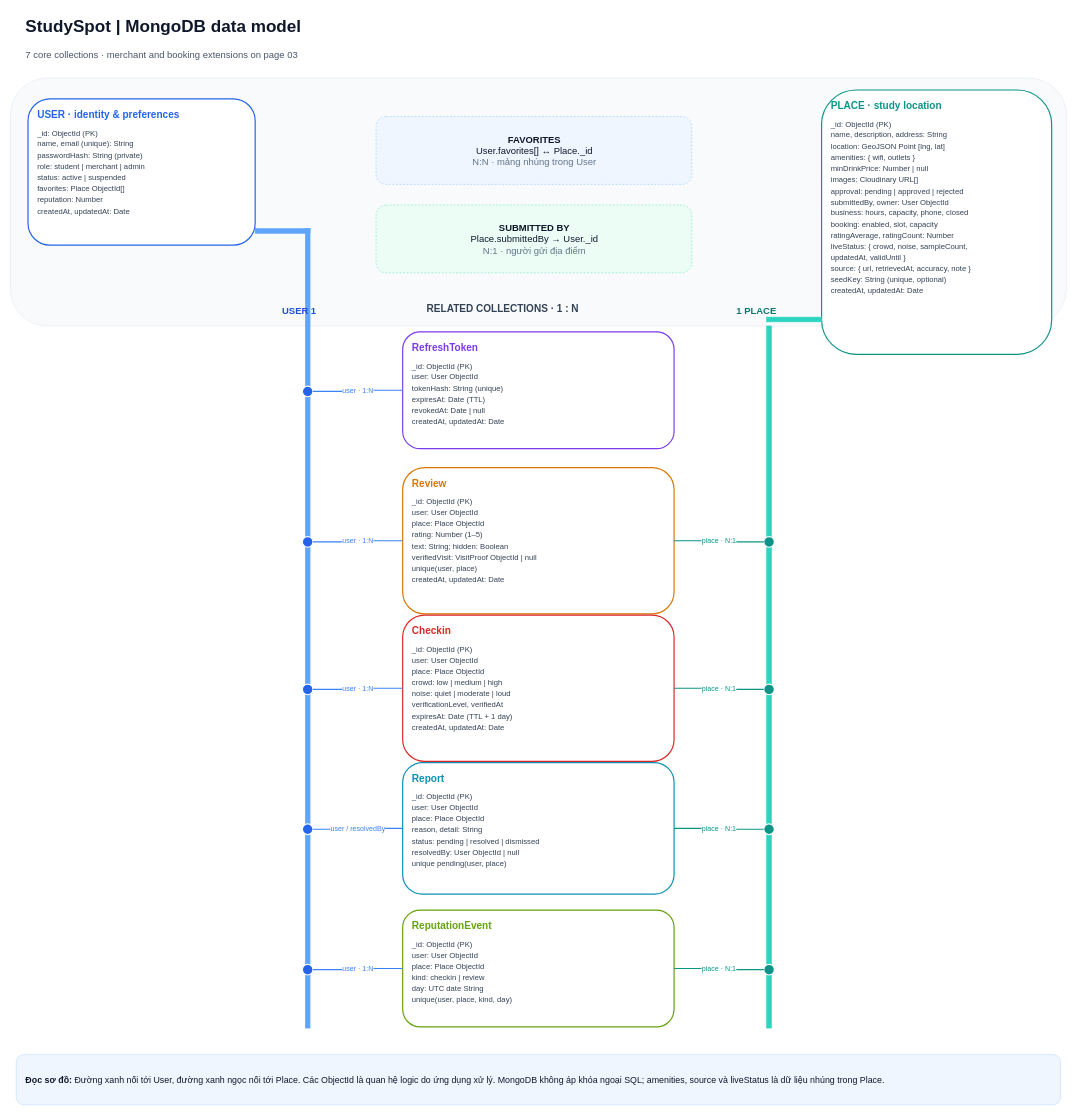
Earlier version of the draw.io diagram page "01 - ERD MongoDB" (1 of 4) of backend/docs/StudySpot-ERD-System-Architecture.drawio (L1nkinPark/SDN-MMA). Source tidied: cells renumbered, new cells numbered last; positions are measured from the earlier drawing's top-left corner, leaving out a move shared by most shapes. Both pictures are drawn from the tidied source at 59%, with x=0, y=0 at pixel (10, 10).
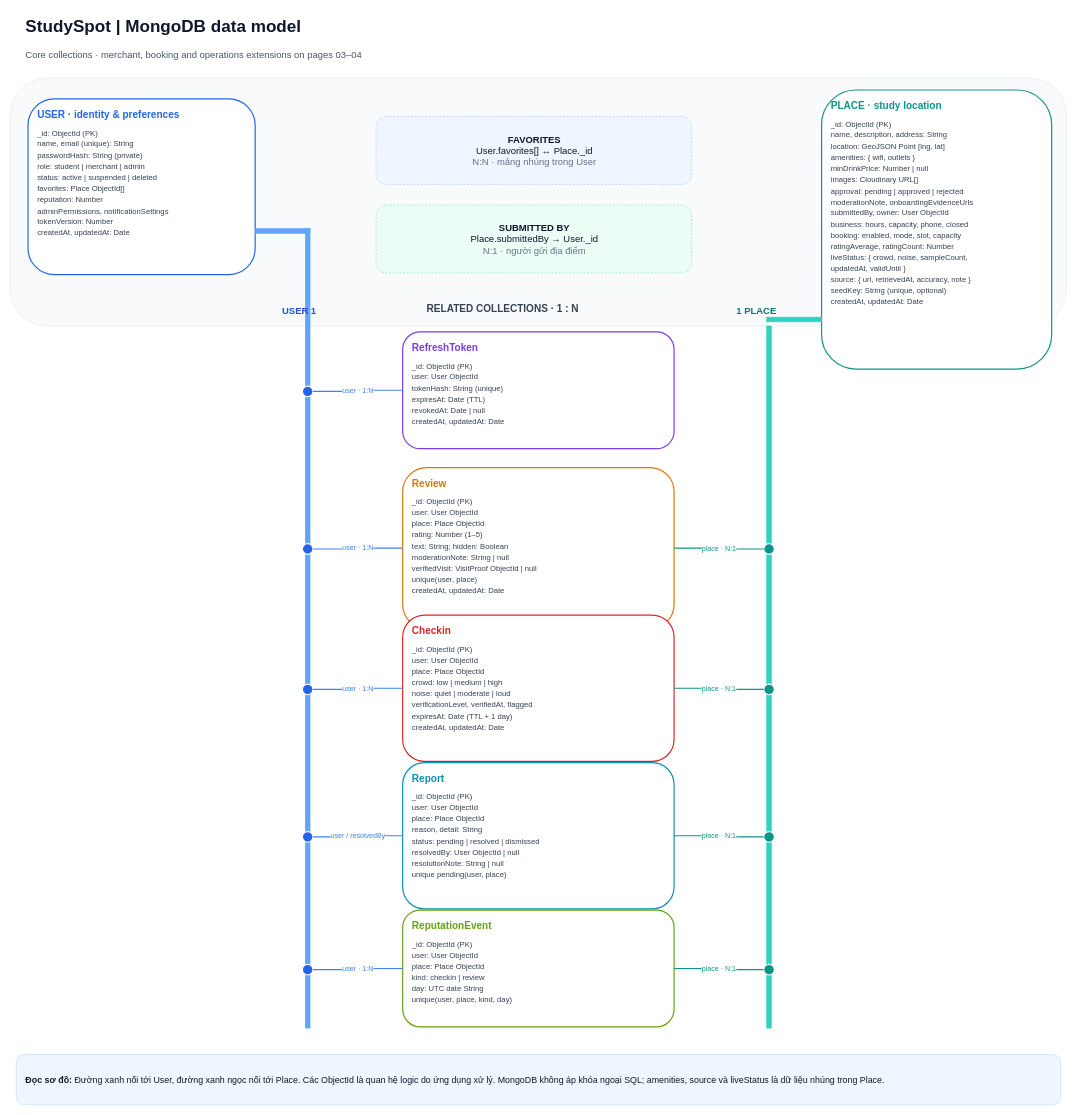
The same diagram, later.

Diff of the diagram source:
```diff
@@
-    <mxCell id="3" value="7 core collections · merchant and booking extensions on page 03" style="rounded=0;whiteSpace=wrap;html=1;fillColor=none;strokeColor=none;fontColor=#475569;fontSize=16;align=left;verticalAlign=middle;spacingLeft=14;spacingRight=12;spacingTop=9;spacingBottom=8;shadow=0;dashed=0;fontStyle=0;" parent="1" vertex="1">
+    <mxCell id="3" value="Core collections · merchant, booking and operations extensions on pages 03–04" style="rounded=0;whiteSpace=wrap;html=1;fillColor=none;strokeColor=none;fontColor=#475569;fontSize=16;align=left;verticalAlign=middle;spacingLeft=14;spacingRight=12;spacingTop=9;spacingBottom=8;shadow=0;dashed=0;fontStyle=0;" parent="1" vertex="1">
       <mxGeometry x="10" y="57" width="1450" height="35" as="geometry" />
     </mxCell>
@@
-    <mxCell id="5" value="&lt;div style='font-family:Arial,sans-serif;line-height:1.45'&gt;&lt;div style='font-size:17px;font-weight:bold;color:#2563EB;margin-bottom:9px'&gt;USER  ·  identity &amp;amp; preferences&lt;/div&gt;&lt;div style='font-size:13px;color:#334155'&gt;_id: ObjectId (PK)&lt;br/&gt;name, email (unique): String&lt;br/&gt;passwordHash: String (private)&lt;br/&gt;role: student | merchant | admin&lt;br/&gt;status: active | suspended&lt;br/&gt;favorites: Place ObjectId[]&lt;br/&gt;reputation: Number&lt;br/&gt;createdAt, updatedAt: Date&lt;/div&gt;&lt;/div&gt;" style="rounded=1;whiteSpace=wrap;html=1;fillColor=#FFFFFF;strokeColor=#2563EB;fontColor=#0F172A;fontSize=13;align=left;verticalAlign=middle;spacingLeft=14;spacingRight=12;spacingTop=9;spacingBottom=8;shadow=0;dashed=0;verticalAlign=top;strokeWidth=2;" parent="1" vertex="1">
-      <mxGeometry x="30" y="150" width="385" height="248" as="geometry" />
+    <mxCell id="5" value="&lt;div style='font-family:Arial,sans-serif;line-height:1.45'&gt;&lt;div style='font-size:17px;font-weight:bold;color:#2563EB;margin-bottom:9px'&gt;USER  ·  identity &amp;amp; preferences&lt;/div&gt;&lt;div style='font-size:13px;color:#334155'&gt;_id: ObjectId (PK)&lt;br/&gt;name, email (unique): String&lt;br/&gt;passwordHash: String (private)&lt;br/&gt;role: student | merchant | admin&lt;br/&gt;status: active | suspended | deleted&lt;br/&gt;favorites: Place ObjectId[]&lt;br/&gt;reputation: Number&lt;br/&gt;adminPermissions, notificationSettings&lt;br/&gt;tokenVersion: Number&lt;br/&gt;createdAt, updatedAt: Date&lt;/div&gt;&lt;/div&gt;" style="rounded=1;whiteSpace=wrap;html=1;fillColor=#FFFFFF;strokeColor=#2563EB;fontColor=#0F172A;fontSize=13;align=left;verticalAlign=middle;spacingLeft=14;spacingRight=12;spacingTop=9;spacingBottom=8;shadow=0;dashed=0;verticalAlign=top;strokeWidth=2;" parent="1" vertex="1">
+      <mxGeometry x="30" y="150" width="385" height="298" as="geometry" />
     </mxCell>
-    <mxCell id="6" value="&lt;div style='font-family:Arial,sans-serif;line-height:1.45'&gt;&lt;div style='font-size:17px;font-weight:bold;color:#0D9488;margin-bottom:9px'&gt;PLACE  ·  study location&lt;/div&gt;&lt;div style='font-size:13px;color:#334155'&gt;_id: ObjectId (PK)&lt;br/&gt;name, description, address: String&lt;br/&gt;location: GeoJSON Point [lng, lat]&lt;br/&gt;amenities: { wifi, outlets }&lt;br/&gt;minDrinkPrice: Number | null&lt;br/&gt;images: Cloudinary URL[]&lt;br/&gt;approval: pending | approved | rejected&lt;br/&gt;submittedBy, owner: User ObjectId&lt;br/&gt;business: hours, capacity, phone, closed&lt;br/&gt;booking: enabled, slot, capacity&lt;br/&gt;ratingAverage, ratingCount: Number&lt;br/&gt;liveStatus: { crowd, noise, sampleCount,&lt;br/&gt;  updatedAt, validUntil }&lt;br/&gt;source: { url, retrievedAt, accuracy, note }&lt;br/&gt;seedKey: String (unique, optional)&lt;br/&gt;createdAt, updatedAt: Date&lt;/div&gt;&lt;/div&gt;" style="rounded=1;whiteSpace=wrap;html=1;fillColor=#FFFFFF;strokeColor=#0D9488;fontColor=#0F172A;fontSize=13;align=left;verticalAlign=middle;spacingLeft=14;spacingRight=12;spacingTop=9;spacingBottom=8;shadow=0;dashed=0;verticalAlign=top;strokeWidth=2;" parent="1" vertex="1">
-      <mxGeometry x="1375" y="135" width="390" height="448" as="geometry" />
+    <mxCell id="6" value="&lt;div style='font-family:Arial,sans-serif;line-height:1.45'&gt;&lt;div style='font-size:17px;font-weight:bold;color:#0D9488;margin-bottom:9px'&gt;PLACE  ·  study location&lt;/div&gt;&lt;div style='font-size:13px;color:#334155'&gt;_id: ObjectId (PK)&lt;br/&gt;name, description, address: String&lt;br/&gt;location: GeoJSON Point [lng, lat]&lt;br/&gt;amenities: { wifi, outlets }&lt;br/&gt;minDrinkPrice: Number | null&lt;br/&gt;images: Cloudinary URL[]&lt;br/&gt;approval: pending | approved | rejected&lt;br/&gt;moderationNote, onboardingEvidenceUrls&lt;br/&gt;submittedBy, owner: User ObjectId&lt;br/&gt;business: hours, capacity, phone, closed&lt;br/&gt;booking: enabled, mode, slot, capacity&lt;br/&gt;ratingAverage, ratingCount: Number&lt;br/&gt;liveStatus: { crowd, noise, sampleCount,&lt;br/&gt;  updatedAt, validUntil }&lt;br/&gt;source: { url, retrievedAt, accuracy, note }&lt;br/&gt;seedKey: String (unique, optional)&lt;br/&gt;createdAt, updatedAt: Date&lt;/div&gt;&lt;/div&gt;" style="rounded=1;whiteSpace=wrap;html=1;fillColor=#FFFFFF;strokeColor=#0D9488;fontColor=#0F172A;fontSize=13;align=left;verticalAlign=middle;spacingLeft=14;spacingRight=12;spacingTop=9;spacingBottom=8;shadow=0;dashed=0;verticalAlign=top;strokeWidth=2;" parent="1" vertex="1">
+      <mxGeometry x="1375" y="135" width="390" height="473" as="geometry" />
     </mxCell>
@@
-    <mxCell id="20" value="&lt;div style='font-family:Arial,sans-serif;line-height:1.45'&gt;&lt;div style='font-size:17px;font-weight:bold;color:#D97706;margin-bottom:9px'&gt;Review&lt;/div&gt;&lt;div style='font-size:13px;color:#334155'&gt;_id: ObjectId (PK)&lt;br/&gt;user: User ObjectId&lt;br/&gt;place: Place ObjectId&lt;br/&gt;rating: Number (1–5)&lt;br/&gt;text: String; hidden: Boolean&lt;br/&gt;verifiedVisit: VisitProof ObjectId | null&lt;br/&gt;unique(user, place)&lt;br/&gt;createdAt, updatedAt: Date&lt;/div&gt;&lt;/div&gt;" style="rounded=1;whiteSpace=wrap;html=1;fillColor=#FFFFFF;strokeColor=#D97706;fontColor=#0F172A;fontSize=13;align=left;verticalAlign=middle;spacingLeft=14;spacingRight=12;spacingTop=9;spacingBottom=8;shadow=0;dashed=0;verticalAlign=top;strokeWidth=2;" parent="1" vertex="1">
-      <mxGeometry x="665" y="775" width="460" height="248" as="geometry" />
+    <mxCell id="20" value="&lt;div style='font-family:Arial,sans-serif;line-height:1.45'&gt;&lt;div style='font-size:17px;font-weight:bold;color:#D97706;margin-bottom:9px'&gt;Review&lt;/div&gt;&lt;div style='font-size:13px;color:#334155'&gt;_id: ObjectId (PK)&lt;br/&gt;user: User ObjectId&lt;br/&gt;place: Place ObjectId&lt;br/&gt;rating: Number (1–5)&lt;br/&gt;text: String; hidden: Boolean&lt;br/&gt;moderationNote: String | null&lt;br/&gt;verifiedVisit: VisitProof ObjectId | null&lt;br/&gt;unique(user, place)&lt;br/&gt;createdAt, updatedAt: Date&lt;/div&gt;&lt;/div&gt;" style="rounded=1;whiteSpace=wrap;html=1;fillColor=#FFFFFF;strokeColor=#D97706;fontColor=#0F172A;fontSize=13;align=left;verticalAlign=middle;spacingLeft=14;spacingRight=12;spacingTop=9;spacingBottom=8;shadow=0;dashed=0;verticalAlign=top;strokeWidth=2;" parent="1" vertex="1">
+      <mxGeometry x="665" y="775" width="460" height="273" as="geometry" />
     </mxCell>
     <mxCell id="21" style="rounded=1;whiteSpace=wrap;html=1;fillColor=#2563EB;strokeColor=#FFFFFF;fontColor=#0F172A;fontSize=14;align=left;verticalAlign=middle;spacingLeft=14;spacingRight=12;spacingTop=9;spacingBottom=8;shadow=0;dashed=0;shape=ellipse;strokeWidth=2;" parent="1" vertex="1">
-      <mxGeometry x="495" y="892" width="18" height="18" as="geometry" />
+      <mxGeometry x="495" y="904" width="18" height="18" as="geometry" />
     </mxCell>
@@
     <mxCell id="23" style="rounded=1;whiteSpace=wrap;html=1;fillColor=#0D9488;strokeColor=#FFFFFF;fontColor=#0F172A;fontSize=14;align=left;verticalAlign=middle;spacingLeft=14;spacingRight=12;spacingTop=9;spacingBottom=8;shadow=0;dashed=0;shape=ellipse;strokeWidth=2;" parent="1" vertex="1">
-      <mxGeometry x="1277" y="892" width="18" height="18" as="geometry" />
+      <mxGeometry x="1277" y="904" width="18" height="18" as="geometry" />
     </mxCell>
@@
-    <mxCell id="25" value="&lt;div style='font-family:Arial,sans-serif;line-height:1.45'&gt;&lt;div style='font-size:17px;font-weight:bold;color:#DC2626;margin-bottom:9px'&gt;Checkin&lt;/div&gt;&lt;div style='font-size:13px;color:#334155'&gt;_id: ObjectId (PK)&lt;br/&gt;user: User ObjectId&lt;br/&gt;place: Place ObjectId&lt;br/&gt;crowd: low | medium | high&lt;br/&gt;noise: quiet | moderate | loud&lt;br/&gt;verificationLevel, verifiedAt&lt;br/&gt;expiresAt: Date (TTL + 1 day)&lt;br/&gt;createdAt, updatedAt: Date&lt;/div&gt;&lt;/div&gt;" style="rounded=1;whiteSpace=wrap;html=1;fillColor=#FFFFFF;strokeColor=#DC2626;fontColor=#0F172A;fontSize=13;align=left;verticalAlign=middle;spacingLeft=14;spacingRight=12;spacingTop=9;spacingBottom=8;shadow=0;dashed=0;verticalAlign=top;strokeWidth=2;" parent="1" vertex="1">
+    <mxCell id="25" value="&lt;div style='font-family:Arial,sans-serif;line-height:1.45'&gt;&lt;div style='font-size:17px;font-weight:bold;color:#DC2626;margin-bottom:9px'&gt;Checkin&lt;/div&gt;&lt;div style='font-size:13px;color:#334155'&gt;_id: ObjectId (PK)&lt;br/&gt;user: User ObjectId&lt;br/&gt;place: Place ObjectId&lt;br/&gt;crowd: low | medium | high&lt;br/&gt;noise: quiet | moderate | loud&lt;br/&gt;verificationLevel, verifiedAt, flagged&lt;br/&gt;expiresAt: Date (TTL + 1 day)&lt;br/&gt;createdAt, updatedAt: Date&lt;/div&gt;&lt;/div&gt;" style="rounded=1;whiteSpace=wrap;html=1;fillColor=#FFFFFF;strokeColor=#DC2626;fontColor=#0F172A;fontSize=13;align=left;verticalAlign=middle;spacingLeft=14;spacingRight=12;spacingTop=9;spacingBottom=8;shadow=0;dashed=0;verticalAlign=top;strokeWidth=2;" parent="1" vertex="1">
       <mxGeometry x="665" y="1025" width="460" height="248" as="geometry" />
     </mxCell>
@@
-    <mxCell id="30" value="&lt;div style='font-family:Arial,sans-serif;line-height:1.45'&gt;&lt;div style='font-size:17px;font-weight:bold;color:#0891B2;margin-bottom:9px'&gt;Report&lt;/div&gt;&lt;div style='font-size:13px;color:#334155'&gt;_id: ObjectId (PK)&lt;br/&gt;user: User ObjectId&lt;br/&gt;place: Place ObjectId&lt;br/&gt;reason, detail: String&lt;br/&gt;status: pending | resolved | dismissed&lt;br/&gt;resolvedBy: User ObjectId | null&lt;br/&gt;unique pending(user, place)&lt;/div&gt;&lt;/div&gt;" style="rounded=1;whiteSpace=wrap;html=1;fillColor=#FFFFFF;strokeColor=#0891B2;fontColor=#0F172A;fontSize=13;align=left;verticalAlign=middle;spacingLeft=14;spacingRight=12;spacingTop=9;spacingBottom=8;shadow=0;dashed=0;verticalAlign=top;strokeWidth=2;" parent="1" vertex="1">
-      <mxGeometry x="665" y="1275" width="460" height="223" as="geometry" />
+    <mxCell id="30" value="&lt;div style='font-family:Arial,sans-serif;line-height:1.45'&gt;&lt;div style='font-size:17px;font-weight:bold;color:#0891B2;margin-bottom:9px'&gt;Report&lt;/div&gt;&lt;div style='font-size:13px;color:#334155'&gt;_id: ObjectId (PK)&lt;br/&gt;user: User ObjectId&lt;br/&gt;place: Place ObjectId&lt;br/&gt;reason, detail: String&lt;br/&gt;status: pending | resolved | dismissed&lt;br/&gt;resolvedBy: User ObjectId | null&lt;br/&gt;resolutionNote: String | null&lt;br/&gt;unique pending(user, place)&lt;/div&gt;&lt;/div&gt;" style="rounded=1;whiteSpace=wrap;html=1;fillColor=#FFFFFF;strokeColor=#0891B2;fontColor=#0F172A;fontSize=13;align=left;verticalAlign=middle;spacingLeft=14;spacingRight=12;spacingTop=9;spacingBottom=8;shadow=0;dashed=0;verticalAlign=top;strokeWidth=2;" parent="1" vertex="1">
+      <mxGeometry x="665" y="1275" width="460" height="248" as="geometry" />
     </mxCell>
     <mxCell id="31" style="rounded=1;whiteSpace=wrap;html=1;fillColor=#2563EB;strokeColor=#FFFFFF;fontColor=#0F172A;fontSize=14;align=left;verticalAlign=middle;spacingLeft=14;spacingRight=12;spacingTop=9;spacingBottom=8;shadow=0;dashed=0;shape=ellipse;strokeWidth=2;" parent="1" vertex="1">
-      <mxGeometry x="495" y="1379" width="18" height="18" as="geometry" />
+      <mxGeometry x="495" y="1392" width="18" height="18" as="geometry" />
     </mxCell>
@@
     <mxCell id="33" style="rounded=1;whiteSpace=wrap;html=1;fillColor=#0D9488;strokeColor=#FFFFFF;fontColor=#0F172A;fontSize=14;align=left;verticalAlign=middle;spacingLeft=14;spacingRight=12;spacingTop=9;spacingBottom=8;shadow=0;dashed=0;shape=ellipse;strokeWidth=2;" parent="1" vertex="1">
-      <mxGeometry x="1277" y="1379" width="18" height="18" as="geometry" />
+      <mxGeometry x="1277" y="1392" width="18" height="18" as="geometry" />
     </mxCell>
```
